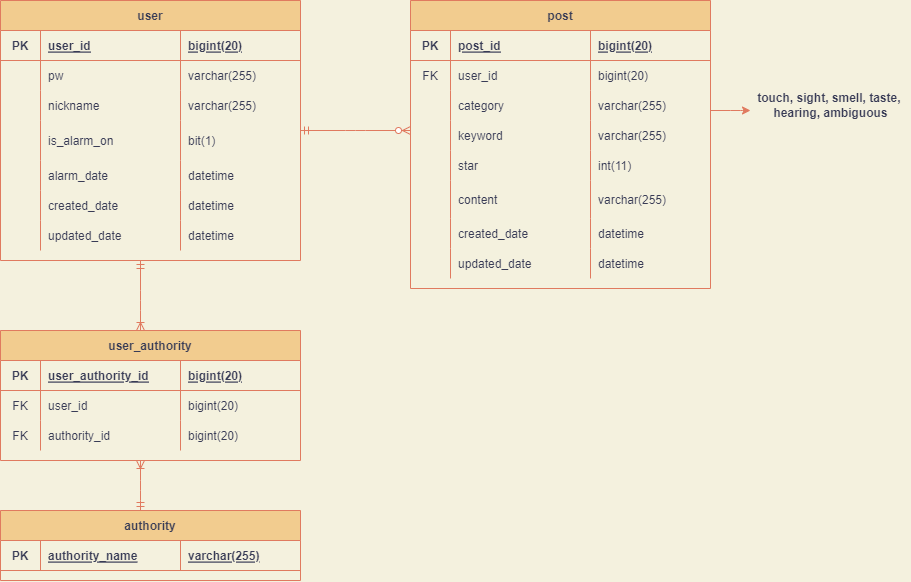
Before: five_senses_erd.drawio.png, a diagram exported from draw.io (FiveSensesApp/five-senses-common). Source tidied: cells renumbered, new cells last; positions are measured from the earlier drawing's top-left corner, leaving out a move shared by most shapes.
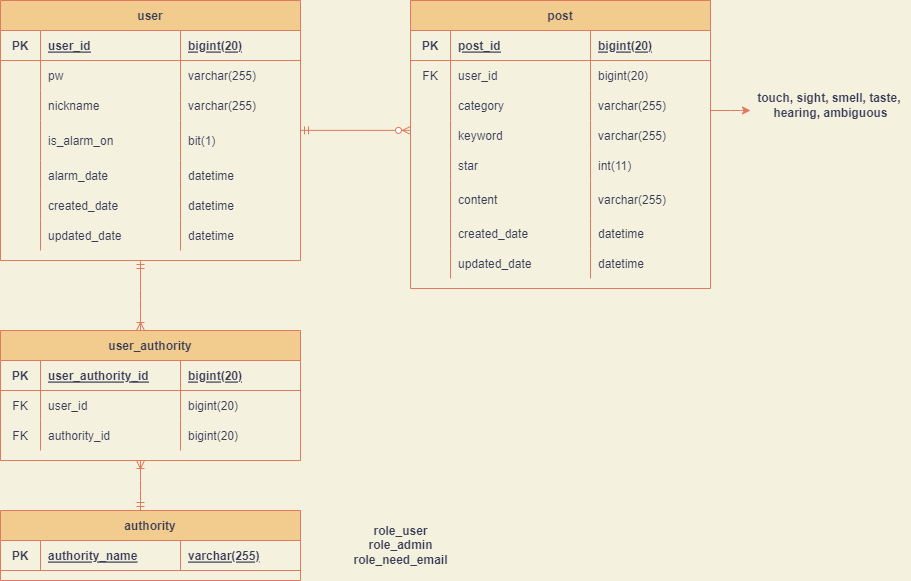
Later version of the same file.

What changed in the source:
```diff
@@ -274,5 +274,8 @@
         </Array>
       </mxGeometry>
     </mxCell>
+    <mxCell id="87" value="&lt;b&gt;role_user&lt;br&gt;role_admin&lt;br&gt;role_need_email&lt;br&gt;&lt;/b&gt;" style="text;html=1;align=center;verticalAlign=middle;strokeColor=none;fillColor=none;fontColor=#393C56;" parent="1" vertex="1">
+      <mxGeometry x="345" y="520" width="110" height="50" as="geometry" />
+    </mxCell>
   </root>
 </mxGraphModel>
```
